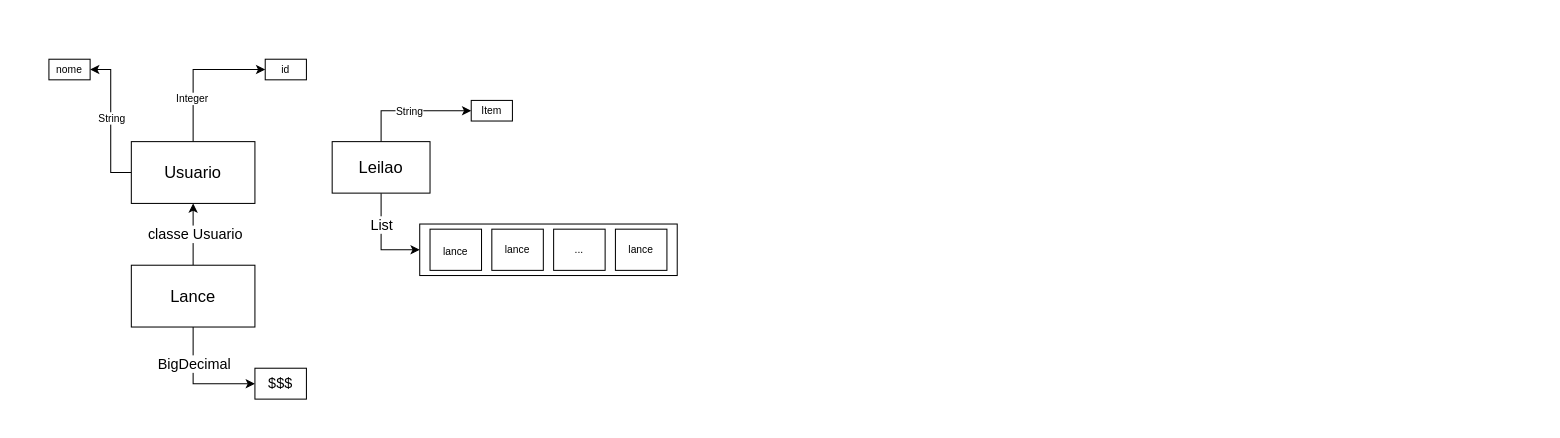
fllsouto/drawio keeps this draw.io diagram as tdd-com-java-aula1-d1.drawio. Above is the earlier version. Source tidied: cells renumbered, new cells numbered last; positions are measured from the earlier drawing's top-left corner, leaving out a move shared by most shapes. Both pictures are drawn from the tidied source at 103%, with x=0, y=0 at pixel (48, 59).
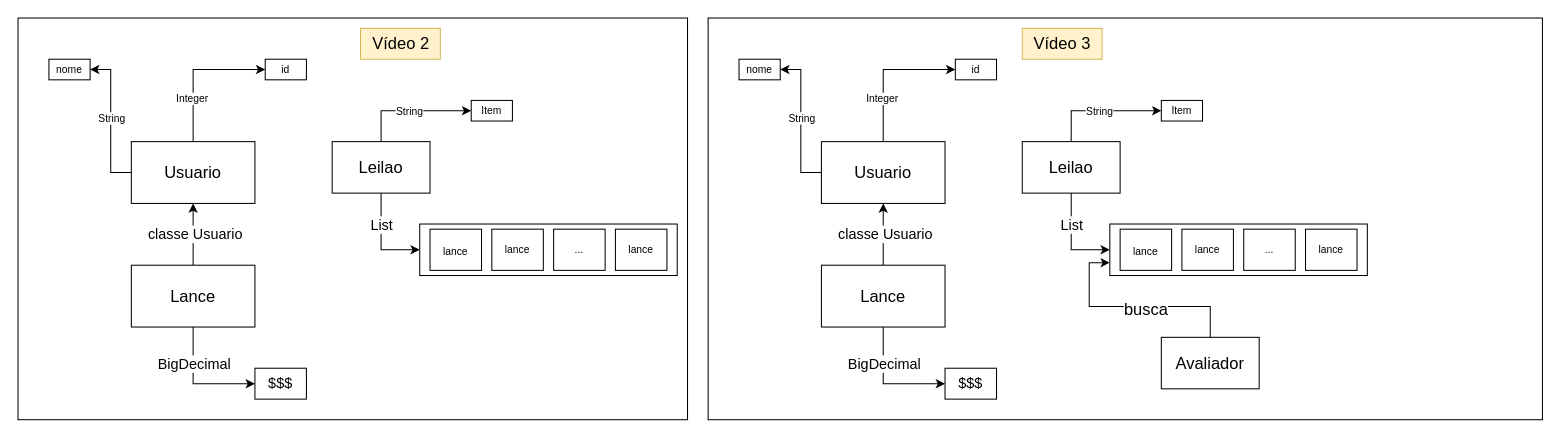
After the change.

What changed in the source:
```diff
@@
+    <mxCell id="26" style="rounded=0;whiteSpace=wrap;html=1;strokeColor=#000000;fontSize=10;" parent="1" vertex="1">
+      <mxGeometry x="-30" y="-40" width="650" height="390" as="geometry" />
+    </mxCell>
@@
+    <mxCell id="27" style="rounded=0;whiteSpace=wrap;html=1;strokeColor=#000000;fontSize=10;" parent="1" vertex="1">
+      <mxGeometry x="640" y="-40" width="810" height="390" as="geometry" />
+    </mxCell>
+    <mxCell id="28" style="edgeStyle=orthogonalEdgeStyle;rounded=0;jettySize=auto;html=1;entryX=1;entryY=0.5;entryDx=0;entryDy=0;fontSize=14;" parent="1" edge="1" source="32" target="50">
+      <mxGeometry relative="1" as="geometry" />
+    </mxCell>
+    <mxCell id="29" value="String" style="edgeLabel;html=1;align=center;verticalAlign=middle;fontSize=10;" parent="28" vertex="1">
+      <mxGeometry x="0.05" relative="1" as="geometry" />
+    </mxCell>
+    <mxCell id="30" style="edgeStyle=orthogonalEdgeStyle;rounded=0;jettySize=auto;html=1;entryX=0;entryY=0.5;entryDx=0;entryDy=0;fontSize=10;exitX=0.5;exitY=0;exitDx=0;exitDy=0;" parent="1" edge="1" source="32" target="51">
+      <mxGeometry relative="1" as="geometry" />
+    </mxCell>
+    <mxCell id="31" value="Integer" style="edgeLabel;html=1;align=center;verticalAlign=middle;fontSize=10;" parent="30" vertex="1">
+      <mxGeometry x="-0.38" y="2" relative="1" as="geometry" />
+    </mxCell>
+    <mxCell id="32" value="Usuario" style="rounded=0;whiteSpace=wrap;html=1;fontSize=16;" parent="1" vertex="1">
+      <mxGeometry x="750" y="80" width="120" height="60" as="geometry" />
+    </mxCell>
+    <mxCell id="33" style="edgeStyle=orthogonalEdgeStyle;rounded=0;jettySize=auto;html=1;entryX=0;entryY=0.5;entryDx=0;entryDy=0;fontSize=10;" parent="1" edge="1" source="37" target="38">
+      <mxGeometry relative="1" as="geometry" />
+    </mxCell>
+    <mxCell id="34" value="List" style="edgeLabel;html=1;align=center;verticalAlign=middle;fontSize=14;" parent="33" vertex="1">
+      <mxGeometry x="-0.25" y="1" relative="1" as="geometry">
+        <mxPoint x="-1" y="-4.9" as="offset" />
+      </mxGeometry>
+    </mxCell>
+    <mxCell id="35" style="edgeStyle=orthogonalEdgeStyle;rounded=0;jettySize=auto;html=1;entryX=0;entryY=0.5;entryDx=0;entryDy=0;fontSize=10;exitX=0.5;exitY=0;exitDx=0;exitDy=0;" parent="1" edge="1" source="37" target="48">
+      <mxGeometry relative="1" as="geometry" />
+    </mxCell>
+    <mxCell id="36" value="&lt;font style=&quot;font-size: 10px&quot;&gt;String&lt;/font&gt;" style="edgeLabel;html=1;align=center;verticalAlign=middle;fontSize=14;" parent="35" vertex="1">
+      <mxGeometry x="-0.49" y="-18" relative="1" as="geometry">
+        <mxPoint x="27.2" y="-19" as="offset" />
+      </mxGeometry>
+    </mxCell>
+    <mxCell id="37" value="Leilao" style="rounded=0;whiteSpace=wrap;html=1;fontSize=16;" parent="1" vertex="1">
+      <mxGeometry x="945" y="80" width="95" height="50" as="geometry" />
+    </mxCell>
+    <mxCell id="38" style="rounded=0;whiteSpace=wrap;html=1;fontSize=16;" parent="1" vertex="1">
+      <mxGeometry x="1030" y="160" width="250" height="50" as="geometry" />
+    </mxCell>
+    <mxCell id="39" value="&lt;font size=&quot;1&quot;&gt;lance&lt;/font&gt;" style="rounded=0;whiteSpace=wrap;html=1;fontSize=16;" parent="1" vertex="1">
+      <mxGeometry x="1040" y="165" width="50" height="40" as="geometry" />
+    </mxCell>
+    <mxCell id="40" value="lance" style="rounded=0;whiteSpace=wrap;html=1;fontSize=10;" parent="1" vertex="1">
+      <mxGeometry x="1100" y="165" width="50" height="40" as="geometry" />
+    </mxCell>
+    <mxCell id="41" value="..." style="rounded=0;whiteSpace=wrap;html=1;fontSize=10;" parent="1" vertex="1">
+      <mxGeometry x="1160" y="165" width="50" height="40" as="geometry" />
+    </mxCell>
+    <mxCell id="42" value="lance" style="rounded=0;whiteSpace=wrap;html=1;fontSize=10;" parent="1" vertex="1">
+      <mxGeometry x="1220" y="165" width="50" height="40" as="geometry" />
+    </mxCell>
+    <mxCell id="43" style="edgeStyle=orthogonalEdgeStyle;rounded=0;jettySize=auto;html=1;entryX=0.5;entryY=1;entryDx=0;entryDy=0;fontSize=10;" parent="1" edge="1" source="47" target="32">
+      <mxGeometry relative="1" as="geometry" />
+    </mxCell>
+    <mxCell id="44" value="classe Usuario" style="edgeLabel;html=1;align=center;verticalAlign=middle;fontSize=14;" parent="43" vertex="1">
+      <mxGeometry x="0.02" y="-1" relative="1" as="geometry" />
+    </mxCell>
+    <mxCell id="45" style="edgeStyle=orthogonalEdgeStyle;rounded=0;jettySize=auto;html=1;entryX=0;entryY=0.5;entryDx=0;entryDy=0;fontSize=10;" parent="1" edge="1" source="47" target="49">
+      <mxGeometry relative="1" as="geometry" />
+    </mxCell>
+    <mxCell id="46" value="BigDecimal" style="edgeLabel;html=1;align=center;verticalAlign=middle;fontSize=14;" parent="45" vertex="1">
+      <mxGeometry x="-0.4" relative="1" as="geometry" />
+    </mxCell>
+    <mxCell id="47" value="Lance" style="rounded=0;whiteSpace=wrap;html=1;fontSize=16;" parent="1" vertex="1">
+      <mxGeometry x="750" y="200" width="120" height="60" as="geometry" />
+    </mxCell>
+    <mxCell id="48" value="Item" style="text;html=1;fillColor=none;align=center;verticalAlign=middle;whiteSpace=wrap;rounded=0;fontSize=10;strokeColor=#000000;" parent="1" vertex="1">
+      <mxGeometry x="1080" y="40" width="40" height="20" as="geometry" />
+    </mxCell>
+    <mxCell id="49" value="$$$" style="text;html=1;fillColor=none;align=center;verticalAlign=middle;whiteSpace=wrap;rounded=0;fontSize=14;strokeColor=#000000;" parent="1" vertex="1">
+      <mxGeometry x="870" y="300" width="50" height="30" as="geometry" />
+    </mxCell>
+    <mxCell id="50" value="nome" style="text;html=1;fillColor=none;align=center;verticalAlign=middle;whiteSpace=wrap;rounded=0;fontSize=10;strokeColor=#000000;" parent="1" vertex="1">
+      <mxGeometry x="670" width="40" height="20" as="geometry" />
+    </mxCell>
+    <mxCell id="51" value="id" style="text;html=1;fillColor=none;align=center;verticalAlign=middle;whiteSpace=wrap;rounded=0;fontSize=10;strokeColor=#000000;" parent="1" vertex="1">
+      <mxGeometry x="880" width="40" height="20" as="geometry" />
+    </mxCell>
+    <mxCell id="52" value="Vídeo 2" style="text;html=1;strokeColor=#d6b656;fillColor=#fff2cc;align=center;verticalAlign=middle;whiteSpace=wrap;rounded=0;fontSize=16;" parent="1" vertex="1">
+      <mxGeometry x="302.5" y="-30" width="77.5" height="30" as="geometry" />
+    </mxCell>
+    <mxCell id="53" value="Vídeo 3" style="text;html=1;strokeColor=#d6b656;fillColor=#fff2cc;align=center;verticalAlign=middle;whiteSpace=wrap;rounded=0;fontSize=16;" parent="1" vertex="1">
+      <mxGeometry x="945" y="-30" width="77.5" height="30" as="geometry" />
+    </mxCell>
+    <mxCell id="54" style="edgeStyle=orthogonalEdgeStyle;rounded=0;jettySize=auto;html=1;entryX=0;entryY=0.75;entryDx=0;entryDy=0;fontSize=16;" parent="1" edge="1" source="56" target="38">
+      <mxGeometry relative="1" as="geometry" />
+    </mxCell>
+    <mxCell id="55" value="busca" style="edgeLabel;html=1;align=center;verticalAlign=middle;fontSize=16;" parent="54" vertex="1">
+      <mxGeometry x="0.01" y="2" relative="1" as="geometry">
+        <mxPoint x="13.2" as="offset" />
+      </mxGeometry>
+    </mxCell>
+    <mxCell id="56" value="Avaliador" style="rounded=0;whiteSpace=wrap;html=1;fontSize=16;" parent="1" vertex="1">
+      <mxGeometry x="1080" y="270" width="95" height="50" as="geometry" />
+    </mxCell>
```
